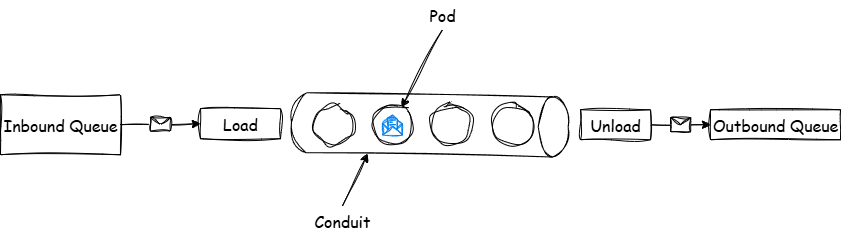
This is docs/assets/images/srloader-Conduit.drawio.png from calhuskerfan/calhuskerfan.github.io, a draw.io export, as it was before one commit. Source tidied: cells renumbered, new cells last; positions are measured from the earlier drawing's top-left corner, leaving out a move shared by most shapes.
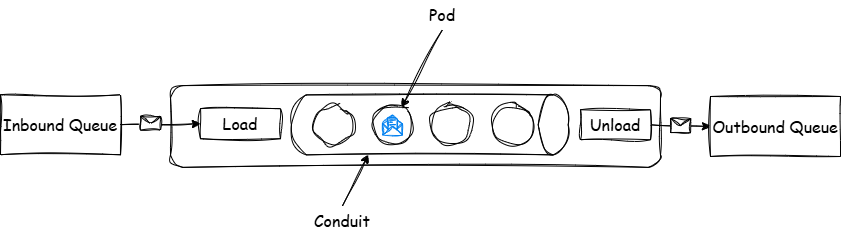
Above is the later version.

Change to the diagram source:
```diff
@@ -2,14 +2,17 @@
   <root>
     <mxCell id="0" />
     <mxCell id="1" parent="0" />
+    <mxCell id="20" style="rounded=1;whiteSpace=wrap;html=1;sketch=1;curveFitting=1;jiggle=2;" parent="1" vertex="1">
+      <mxGeometry x="170" y="99.1" width="490" height="81.8" as="geometry" />
+    </mxCell>
-    <mxCell id="2" style="shape=cylinder3;whiteSpace=wrap;html=1;boundedLbl=1;backgroundOutline=1;size=15;rotation=91;sketch=1;curveFitting=1;jiggle=2;fontSize=16;" parent="1" vertex="1">
+    <mxCell id="2" style="shape=cylinder3;whiteSpace=wrap;html=1;boundedLbl=1;backgroundOutline=1;size=15;rotation=90;sketch=1;curveFitting=1;jiggle=2;fontSize=16;" parent="1" vertex="1">
       <mxGeometry x="399.3" width="60" height="276.8" as="geometry" />
     </mxCell>
     <mxCell id="3" value="Inbound Queue" style="rounded=0;whiteSpace=wrap;html=1;fontFamily=Comic Sans MS;fontSize=16;sketch=1;curveFitting=1;jiggle=2;" parent="1" vertex="1">
       <mxGeometry y="108.3" width="120" height="60" as="geometry" />
     </mxCell>
     <mxCell id="4" value="Outbound Queue" style="rounded=0;whiteSpace=wrap;html=1;fontFamily=Comic Sans MS;fontSize=16;sketch=1;curveFitting=1;jiggle=2;" parent="1" vertex="1">
-      <mxGeometry x="710" y="123.3" width="130" height="30" as="geometry" />
+      <mxGeometry x="710" y="110" width="130" height="60" as="geometry" />
     </mxCell>
     <mxCell id="5" style="ellipse;whiteSpace=wrap;html=1;fontFamily=Comic Sans MS;fontSize=16;sketch=1;curveFitting=1;jiggle=2;" parent="1" vertex="1">
       <mxGeometry x="372" y="118.3" width="40" height="40" as="geometry" />
@@ -43,7 +46,7 @@
     </mxCell>
     <mxCell id="15" style="shape=message;html=1;sketch=1;curveFitting=1;jiggle=2;fontFamily=Comic Sans MS;fontSize=16;" parent="14" vertex="1">
       <mxGeometry width="20" height="14" relative="1" as="geometry">
-        <mxPoint x="-10" y="-7" as="offset" />
+        <mxPoint x="-20" y="-8" as="offset" />
       </mxGeometry>
     </mxCell>
     <mxCell id="16" style="endArrow=classic;html=1;rounded=0;entryX=0;entryY=0.5;entryDx=0;entryDy=0;exitX=1;exitY=0.5;exitDx=0;exitDy=0;sketch=1;curveFitting=1;jiggle=2;fontFamily=Comic Sans MS;fontSize=16;" parent="1" edge="1" source="10" target="4">
```
